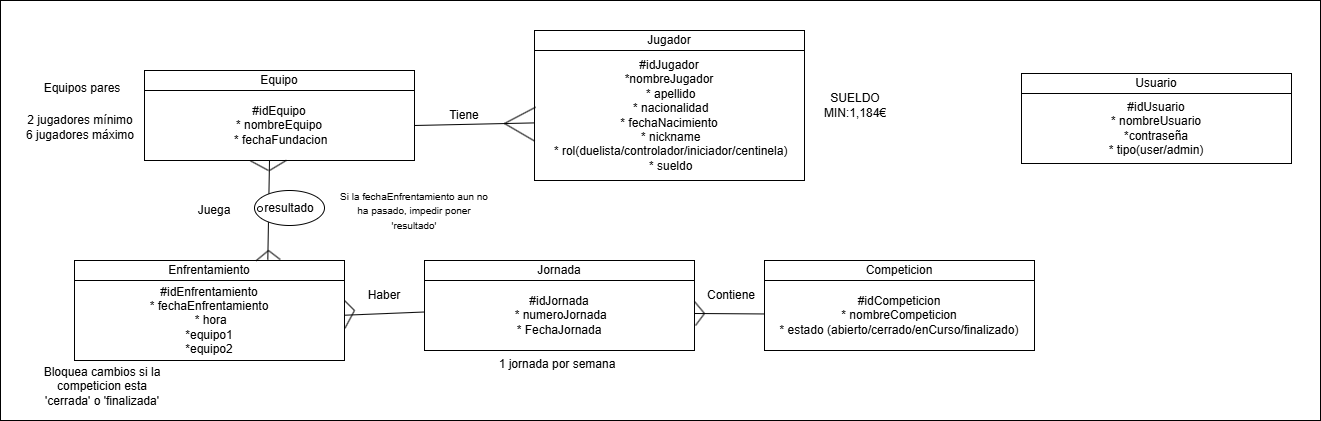
michaelratcliffe52978-blip/RETO-E-SPORTS keeps this draw.io diagram as Bases de Datos/MER.png. Above is the earlier version. Source tidied: cells renumbered, new cells last; positions are measured from the earlier drawing's top-left corner, leaving out a move shared by most shapes.
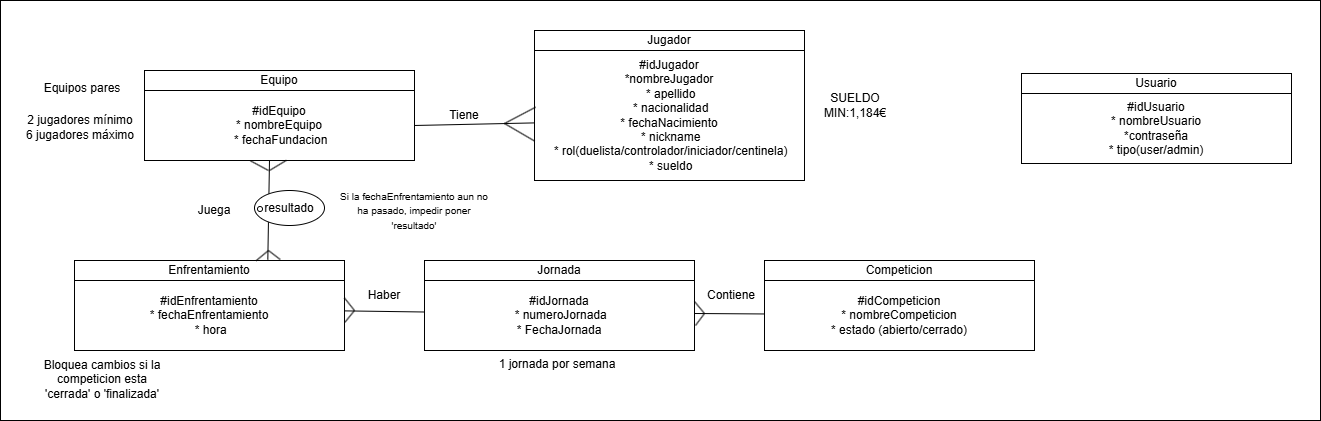
The same diagram one commit later.

The edit, as a diff of the source:
```diff
@@ -26,8 +26,8 @@
     <mxCell id="9" value="Enfrentamiento" style="rounded=0;whiteSpace=wrap;html=1;" parent="1" vertex="1">
       <mxGeometry x="74" y="260" width="270" height="20" as="geometry" />
     </mxCell>
-    <mxCell id="10" value="#idEnfrentamiento&lt;div&gt;* fechaEnfrentamiento&lt;/div&gt;&lt;div&gt;&amp;nbsp;* hora&lt;/div&gt;&lt;div&gt;*equipo1&lt;/div&gt;&lt;div&gt;*equipo2&lt;/div&gt;" style="rounded=0;whiteSpace=wrap;html=1;" parent="1" vertex="1">
-      <mxGeometry x="74" y="280" width="270" height="80" as="geometry" />
+    <mxCell id="10" value="#idEnfrentamiento&lt;div&gt;* fechaEnfrentamiento&lt;/div&gt;&lt;div&gt;&amp;nbsp;* hora&lt;/div&gt;" style="rounded=0;whiteSpace=wrap;html=1;" parent="1" vertex="1">
+      <mxGeometry x="74" y="280" width="270" height="70" as="geometry" />
     </mxCell>
     <mxCell id="11" style="ellipse;whiteSpace=wrap;html=1;" parent="1" vertex="1">
       <mxGeometry x="257" y="206" width="5" height="5" as="geometry" />
@@ -41,7 +41,7 @@
     <mxCell id="14" value="Competicion" style="rounded=0;whiteSpace=wrap;html=1;" parent="1" vertex="1">
       <mxGeometry x="764" y="260" width="270" height="20" as="geometry" />
     </mxCell>
-    <mxCell id="15" value="#idCompeticion&lt;div&gt;* nombreCompeticion&lt;/div&gt;&lt;div&gt;* estado (abierto/cerrado/enCurso/finalizado)&lt;/div&gt;" style="rounded=0;whiteSpace=wrap;html=1;" parent="1" vertex="1">
+    <mxCell id="15" value="#idCompeticion&lt;div&gt;* nombreCompeticion&lt;/div&gt;&lt;div&gt;* estado (abierto/cerrado)&lt;/div&gt;" style="rounded=0;whiteSpace=wrap;html=1;" parent="1" vertex="1">
       <mxGeometry x="764" y="280" width="270" height="70" as="geometry" />
     </mxCell>
     <mxCell id="16" style="endArrow=none;html=1;rounded=0;entryX=1;entryY=0.5;entryDx=0;entryDy=0;exitX=-0.002;exitY=0.557;exitDx=0;exitDy=0;exitPerimeter=0;" parent="1" edge="1" source="6" target="8">
@@ -143,7 +143,7 @@
       <mxGeometry x="1021" y="93" width="270" height="70" as="geometry" />
     </mxCell>
     <mxCell id="39" value="Bloquea cambios si la competicion esta 'cerrada' o 'finalizada'" style="text;html=1;whiteSpace=wrap;strokeColor=none;fillColor=none;align=center;verticalAlign=middle;rounded=0;" parent="1" vertex="1">
-      <mxGeometry x="42" y="371" width="120" height="30" as="geometry" />
+      <mxGeometry x="42" y="364" width="120" height="30" as="geometry" />
     </mxCell>
     <mxCell id="40" value="&lt;font style=&quot;font-size: 10px;&quot;&gt;Si la fechaEnfrentamiento aun no ha pasado, impedir poner 'resultado'&lt;/font&gt;" style="text;html=1;whiteSpace=wrap;strokeColor=none;fillColor=none;align=center;verticalAlign=middle;rounded=0;" parent="1" vertex="1">
       <mxGeometry x="334" y="195" width="160" height="30" as="geometry" />
```
